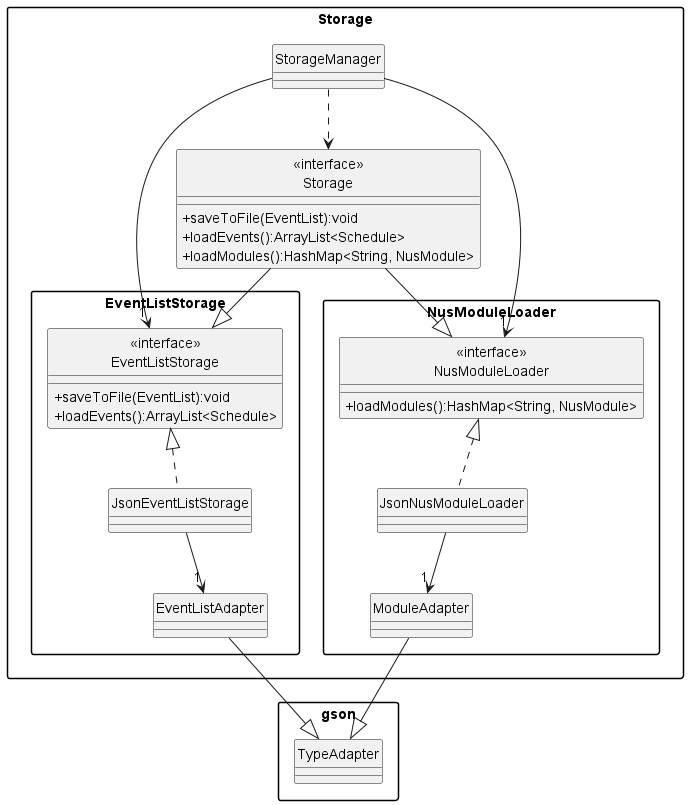
nus-cs2113-AY2223S2/tp keeps this PlantUML diagram as docs/UML/Images/StorageClass.png. Above is the earlier version.
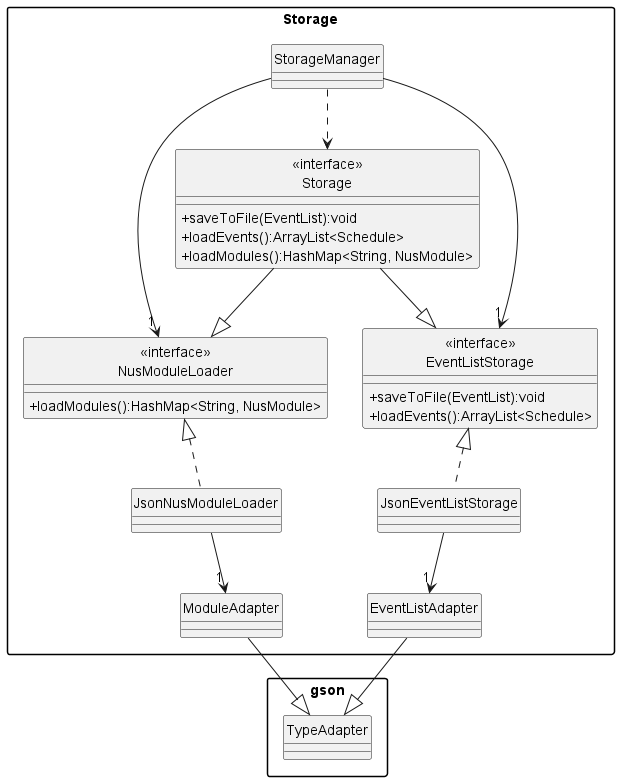
The same diagram one commit later.

Commit message:
Fix Storage Class Diagram

remove packages that are not used.

Change to the diagram source:
```diff
@@ -9,7 +9,7 @@
         +loadEvents():ArrayList<Schedule>
         +loadModules():HashMap<String, NusModule>
     }
-    package "EventListStorage"{
+
         class "<<interface>>\nEventListStorage"{
             +saveToFile(EventList):void
             +loadEvents():ArrayList<Schedule>
@@ -18,9 +18,9 @@
         }
         class EventListAdapter{
         }
-    }
 
-    package NusModuleLoader{
+
+
         class "<<interface>>\nNusModuleLoader"{
             +loadModules():HashMap<String, NusModule>
         }
@@ -30,7 +30,7 @@
 
         class ModuleAdapter{
         }
-    }
+
 
     class StorageManager{
 
```
